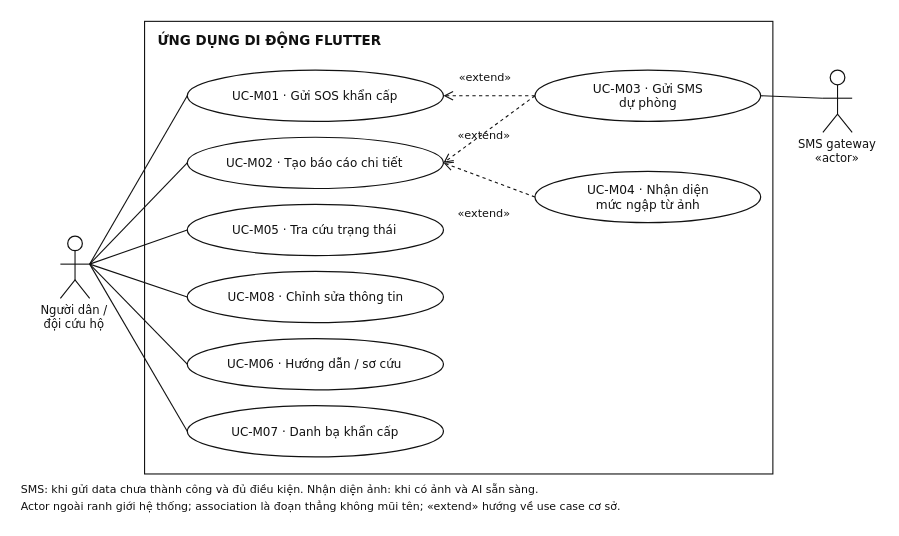
Before: report/assets/diagrams/usecase_mobile.drawio in ngthtrong/nckh2, a draw.io diagram. Source tidied: cells renumbered, new cells numbered last; positions are measured from the earlier drawing's top-left corner, leaving out a move shared by most shapes. Both pictures are drawn from the tidied source at 122%, with x=0, y=0 at pixel (21, 21).
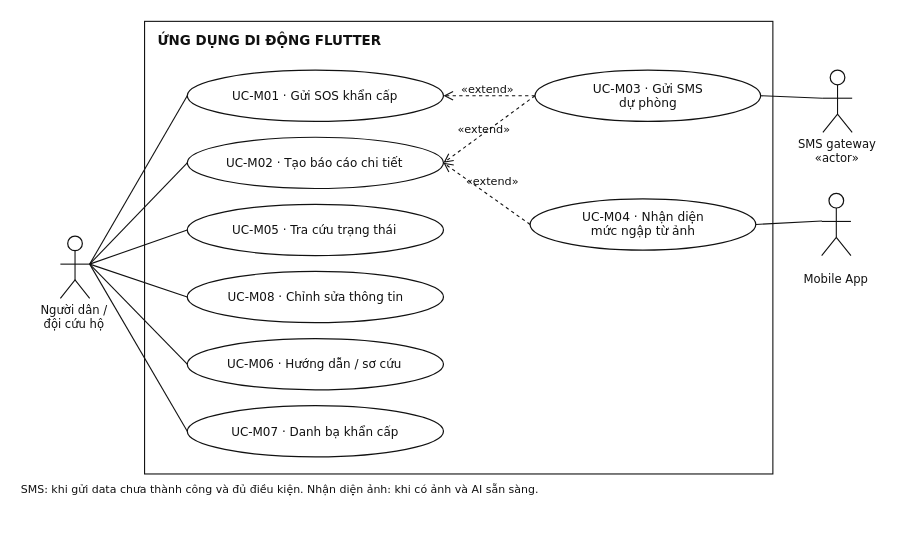
The same page after the edit.

The edit, as a diff of the source:
```diff
@@
     <mxCell id="18" style="ellipse;fillColor=white;strokeColor=#111111;" parent="1" vertex="1">
-      <mxGeometry x="421" y="123" width="185" height="42" as="geometry" />
+      <mxGeometry x="417" y="145.5" width="185" height="42" as="geometry" />
     </mxCell>
     <mxCell id="19" value="&lt;div&gt;UC-M04 · Nhận diện&lt;br&gt;mức ngập từ ảnh&lt;/div&gt;" style="text;html=1;whiteSpace=wrap;align=center;verticalAlign=middle;fontFamily=DejaVu Sans;fontSize=10;fontStyle=0;fontColor=#111111;spacing=0;overflow=visible;" parent="1" vertex="1">
-      <mxGeometry x="462.7" y="131.9" width="101.5" height="24.1" as="geometry" />
+      <mxGeometry x="458.7" y="154.4" width="101.5" height="24.1" as="geometry" />
     </mxCell>
@@
     <mxCell id="38" value="&lt;div&gt;«extend»&lt;/div&gt;" style="text;html=1;whiteSpace=wrap;align=center;verticalAlign=middle;fontFamily=DejaVu Sans;fontSize=9.2;fontStyle=0;fontColor=#111111;spacing=0;overflow=visible;" parent="1" vertex="1">
-      <mxGeometry x="358.4" y="39.3" width="45.2" height="11.4" as="geometry" />
+      <mxGeometry x="360" y="49.1" width="45.2" height="11.4" as="geometry" />
     </mxCell>
@@
     <mxCell id="40" value="&lt;div&gt;«extend»&lt;/div&gt;" style="text;html=1;whiteSpace=wrap;align=center;verticalAlign=middle;fontFamily=DejaVu Sans;fontSize=9.2;fontStyle=0;fontColor=#111111;spacing=0;overflow=visible;" parent="1" vertex="1">
-      <mxGeometry x="357.4" y="87.3" width="45.2" height="11.4" as="geometry" />
+      <mxGeometry x="357.4" y="82" width="45.2" height="11.4" as="geometry" />
     </mxCell>
-    <mxCell id="41" style="html=1;rounded=0;strokeColor=#111111;strokeWidth=0.9;dashed=1;endArrow=classic;startArrow=none;edgeStyle=none;curved=0;orthogonalLoop=0;endArrow=open;endFill=0;" parent="1" edge="1">
+    <mxCell id="41" style="html=1;rounded=0;strokeColor=#111111;strokeWidth=0.9;dashed=1;endArrow=classic;startArrow=none;edgeStyle=none;curved=0;endArrow=open;endFill=0;exitX=0;exitY=0.5;exitDx=0;exitDy=0;" parent="1" edge="1" source="18">
       <mxGeometry relative="1" as="geometry">
-        <mxPoint x="421" y="144" as="sourcePoint" />
         <mxPoint x="346" y="116" as="targetPoint" />
       </mxGeometry>
     </mxCell>
     <mxCell id="42" value="&lt;div&gt;«extend»&lt;/div&gt;" style="text;html=1;whiteSpace=wrap;align=center;verticalAlign=middle;fontFamily=DejaVu Sans;fontSize=9.2;fontStyle=0;fontColor=#111111;spacing=0;overflow=visible;" parent="1" vertex="1">
-      <mxGeometry x="357.4" y="151.3" width="45.2" height="11.4" as="geometry" />
+      <mxGeometry x="364" y="125.6" width="45.2" height="11.4" as="geometry" />
     </mxCell>
@@
-    <mxCell id="44" value="&lt;div&gt;Actor ngoài ranh giới hệ thống; association là đoạn thẳng không mũi tên; «extend» hướng về use case cơ sở.&lt;/div&gt;" style="text;html=1;whiteSpace=wrap;align=left;verticalAlign=middle;fontFamily=DejaVu Sans;fontSize=9;fontStyle=0;fontColor=#111111;spacing=0;overflow=visible;" parent="1" vertex="1">
-      <mxGeometry y="391.6" width="494.7" height="12.8" as="geometry" />
-    </mxCell>
+    <mxCell id="45" style="group;" parent="1" vertex="1">
+      <mxGeometry x="656" y="141" width="24" height="51" as="geometry" />
+    </mxCell>
+    <mxCell id="46" style="ellipse;fillColor=white;strokeColor=#111111;" parent="45" vertex="1">
+      <mxGeometry x="6" width="12" height="12" as="geometry" />
+    </mxCell>
+    <mxCell id="47" style="html=1;rounded=0;strokeColor=#111111;strokeWidth=0.9;dashed=0;endArrow=none;startArrow=none;" parent="45" edge="1">
+      <mxGeometry relative="1" as="geometry">
+        <mxPoint x="12" y="12" as="sourcePoint" />
+        <mxPoint x="12" y="36" as="targetPoint" />
+      </mxGeometry>
+    </mxCell>
+    <mxCell id="48" style="html=1;rounded=0;strokeColor=#111111;strokeWidth=0.9;dashed=0;endArrow=none;startArrow=none;" parent="45" edge="1">
+      <mxGeometry relative="1" as="geometry">
+        <mxPoint y="23" as="sourcePoint" />
+        <mxPoint x="24" y="23" as="targetPoint" />
+      </mxGeometry>
+    </mxCell>
+    <mxCell id="49" style="html=1;rounded=0;strokeColor=#111111;strokeWidth=0.9;dashed=0;endArrow=none;startArrow=none;" parent="45" edge="1">
+      <mxGeometry relative="1" as="geometry">
+        <mxPoint y="51" as="sourcePoint" />
+        <mxPoint x="24" y="51" as="targetPoint" />
+        <Array as="points">
+          <mxPoint x="12" y="36" />
+        </Array>
+      </mxGeometry>
+    </mxCell>
+    <mxCell id="50" value="&lt;div&gt;Mobile App&lt;/div&gt;" style="text;html=1;whiteSpace=wrap;align=center;verticalAlign=middle;fontFamily=DejaVu Sans;fontSize=9.5;fontStyle=0;fontColor=#111111;spacing=0;overflow=visible;" parent="1" vertex="1">
+      <mxGeometry x="634.8" y="200" width="66.4" height="21.8" as="geometry" />
+    </mxCell>
+    <mxCell id="51" style="html=1;rounded=0;strokeColor=#111111;strokeWidth=0.9;dashed=0;endArrow=none;startArrow=none;edgeStyle=none;curved=0;entryX=1;entryY=0.5;entryDx=0;entryDy=0;" parent="1" edge="1" target="18">
+      <mxGeometry relative="1" as="geometry">
+        <mxPoint x="656.2" y="163.7" as="sourcePoint" />
+      </mxGeometry>
+    </mxCell>
```
